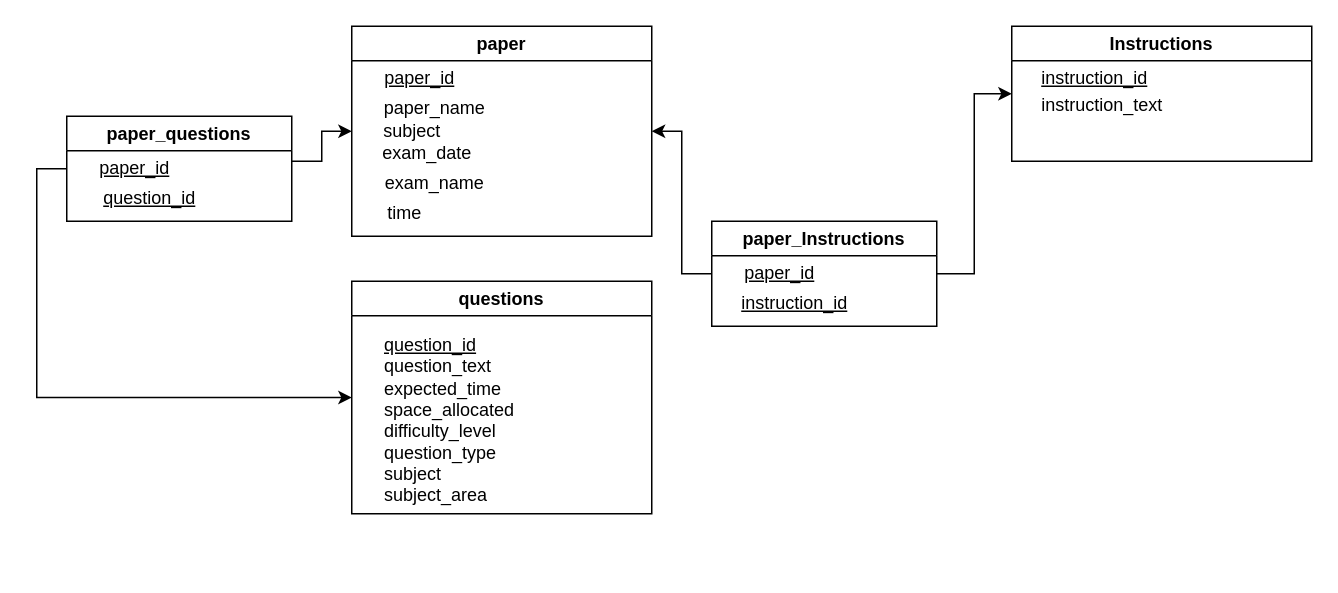
YBuddhika8saw/QPaper keeps this draw.io diagram as documents/structured_question_papers.drawio. Above is the earlier version. Source tidied: cells renumbered, new cells numbered last; positions are measured from the earlier drawing's top-left corner, leaving out a move shared by most shapes. Both pictures are drawn from the tidied source at 150%, with x=0, y=0 at pixel (66, 26).
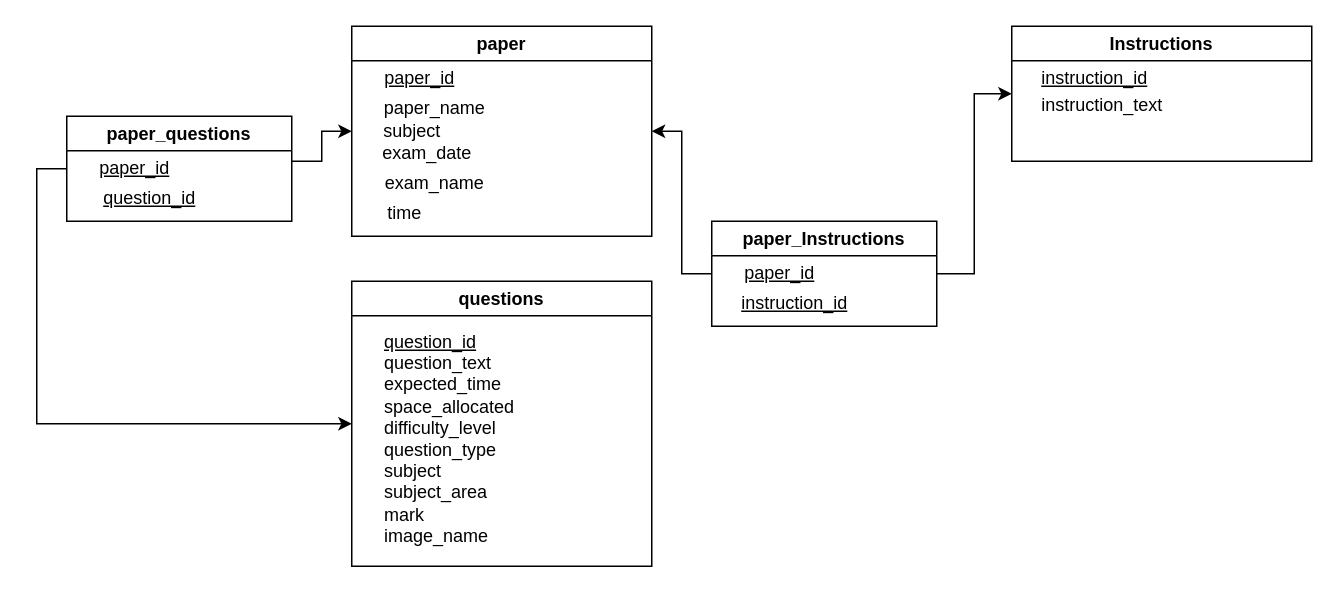
Above is the later version.

Diff of the diagram source:
```diff
@@
     <mxCell id="12" value="questions" style="swimlane;whiteSpace=wrap;html=1;" parent="1" vertex="1">
-      <mxGeometry x="190" y="170" width="200" height="155" as="geometry" />
+      <mxGeometry x="190" y="170" width="200" height="190" as="geometry" />
     </mxCell>
-    <mxCell id="13" value="&lt;div style=&quot;&quot;&gt;&lt;u&gt;question_id&lt;/u&gt;&amp;nbsp;&lt;/div&gt;&lt;div&gt;question_text&lt;/div&gt;&lt;div&gt;expected_time&lt;/div&gt;&lt;div&gt;space_allocated&amp;nbsp;&lt;/div&gt;&lt;div&gt;difficulty_level&lt;/div&gt;&lt;div&gt;question_type&lt;/div&gt;&lt;div&gt;subject&lt;/div&gt;&lt;div&gt;subject_area&amp;nbsp;&lt;/div&gt;&lt;div&gt;&lt;br&gt;&lt;/div&gt;" style="text;html=1;align=left;verticalAlign=middle;strokeColor=none;fillColor=none;" parent="12" vertex="1">
-      <mxGeometry x="20" y="30" width="110" height="140" as="geometry" />
+    <mxCell id="13" value="&lt;div style=&quot;&quot;&gt;&lt;u&gt;question_id&lt;/u&gt;&amp;nbsp;&lt;/div&gt;&lt;div&gt;question_text&lt;/div&gt;&lt;div&gt;expected_time&lt;/div&gt;&lt;div&gt;space_allocated&amp;nbsp;&lt;/div&gt;&lt;div&gt;difficulty_level&lt;/div&gt;&lt;div&gt;question_type&lt;/div&gt;&lt;div&gt;subject&lt;/div&gt;&lt;div&gt;subject_area&amp;nbsp;&lt;/div&gt;&lt;div&gt;mark&lt;/div&gt;&lt;div&gt;image_name&lt;/div&gt;" style="text;html=1;align=left;verticalAlign=middle;strokeColor=none;fillColor=none;" parent="12" vertex="1">
+      <mxGeometry x="20" y="25" width="110" height="160" as="geometry" />
     </mxCell>
```
